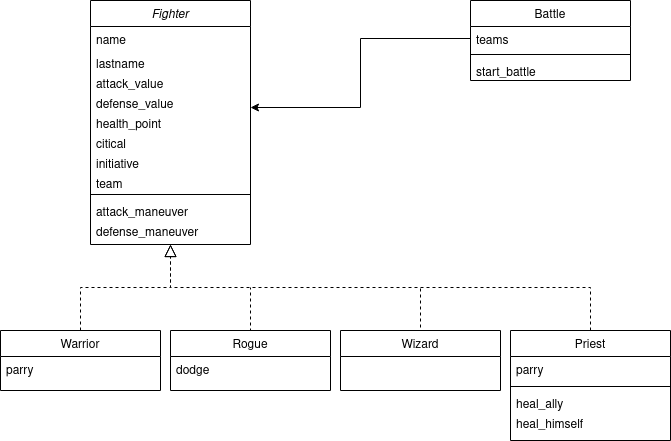
nomisirenh/auto_combat_game keeps this draw.io diagram as uml_class.png. Above is the earlier version. Source tidied: cells renumbered, new cells last; positions are measured from the earlier drawing's top-left corner, leaving out a move shared by most shapes.
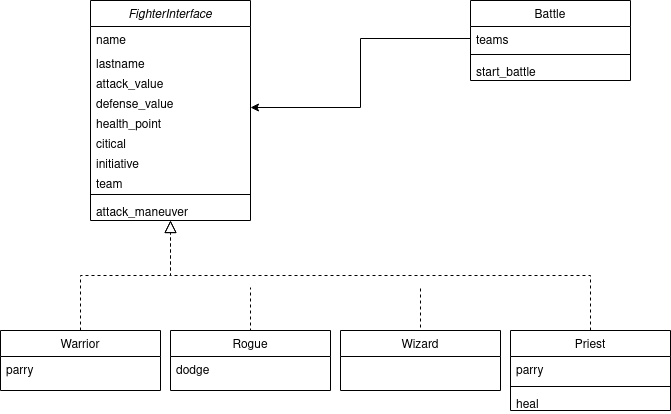
Later version of the same file.

Commit message:
Create table and correct UML

What changed in the source:
```diff
@@ -2,8 +2,8 @@
   <root>
     <mxCell id="0" />
     <mxCell id="1" parent="0" />
-    <mxCell id="2" value="Fighter" style="swimlane;fontStyle=2;align=center;verticalAlign=top;horizontal=1;startSize=26;rounded=0;shadow=0;strokeWidth=1;" parent="1" vertex="1">
-      <mxGeometry x="90" width="160" height="244" as="geometry" />
+    <mxCell id="2" value="FighterInterface" style="swimlane;fontStyle=2;align=center;verticalAlign=top;horizontal=1;startSize=26;rounded=0;shadow=0;strokeWidth=1;" parent="1" vertex="1">
+      <mxGeometry x="90" width="160" height="220" as="geometry" />
     </mxCell>
     <mxCell id="3" value="name" style="text;align=left;verticalAlign=top;spacingLeft=4;spacingRight=4;overflow=hidden;" parent="2" vertex="1">
       <mxGeometry y="26" width="160" height="24" as="geometry" />
@@ -35,9 +35,6 @@
     <mxCell id="12" value="attack_maneuver" style="text;align=left;verticalAlign=top;spacingLeft=4;spacingRight=4;overflow=hidden;rounded=0;shadow=0;html=0;" parent="2" vertex="1">
       <mxGeometry y="198" width="160" height="20" as="geometry" />
     </mxCell>
-    <mxCell id="13" value="defense_maneuver" style="text;align=left;verticalAlign=top;spacingLeft=4;spacingRight=4;overflow=hidden;rounded=0;shadow=0;html=0;" parent="2" vertex="1">
-      <mxGeometry y="218" width="160" height="20" as="geometry" />
-    </mxCell>
     <mxCell id="14" value="Warrior" style="swimlane;fontStyle=0;align=center;verticalAlign=top;horizontal=1;startSize=26;rounded=0;shadow=0;strokeWidth=1;" parent="1" vertex="1">
       <mxGeometry y="330" width="160" height="60" as="geometry" />
     </mxCell>
@@ -48,7 +45,7 @@
       <mxGeometry relative="1" as="geometry" />
     </mxCell>
     <mxCell id="17" value="Priest" style="swimlane;fontStyle=0;align=center;verticalAlign=top;horizontal=1;startSize=26;rounded=0;shadow=0;strokeWidth=1;" parent="1" vertex="1">
-      <mxGeometry x="510" y="330" width="160" height="110" as="geometry" />
+      <mxGeometry x="510" y="330" width="160" height="80" as="geometry" />
     </mxCell>
     <mxCell id="18" value="parry" style="text;align=left;verticalAlign=top;spacingLeft=4;spacingRight=4;overflow=hidden;" parent="17" vertex="1">
       <mxGeometry y="26" width="160" height="26" as="geometry" />
@@ -56,12 +53,9 @@
     <mxCell id="19" style="line;html=1;strokeWidth=1;align=left;verticalAlign=middle;spacingTop=-1;spacingLeft=3;spacingRight=3;labelPosition=right;" parent="17" vertex="1">
       <mxGeometry y="52" width="160" height="8" as="geometry" />
     </mxCell>
-    <mxCell id="20" value="heal_ally" style="text;align=left;verticalAlign=top;spacingLeft=4;spacingRight=4;overflow=hidden;" parent="17" vertex="1">
+    <mxCell id="20" value="heal" style="text;align=left;verticalAlign=top;spacingLeft=4;spacingRight=4;overflow=hidden;" parent="17" vertex="1">
       <mxGeometry y="60" width="160" height="20" as="geometry" />
     </mxCell>
-    <mxCell id="21" value="heal_himself" style="text;align=left;verticalAlign=top;spacingLeft=4;spacingRight=4;overflow=hidden;" parent="17" vertex="1">
-      <mxGeometry y="80" width="160" height="20" as="geometry" />
-    </mxCell>
     <mxCell id="22" style="endArrow=block;endSize=10;endFill=0;shadow=0;strokeWidth=1;rounded=0;edgeStyle=elbowEdgeStyle;elbow=vertical;dashed=1;" parent="1" edge="1" source="17" target="2">
       <mxGeometry relative="1" as="geometry" />
     </mxCell>
```
